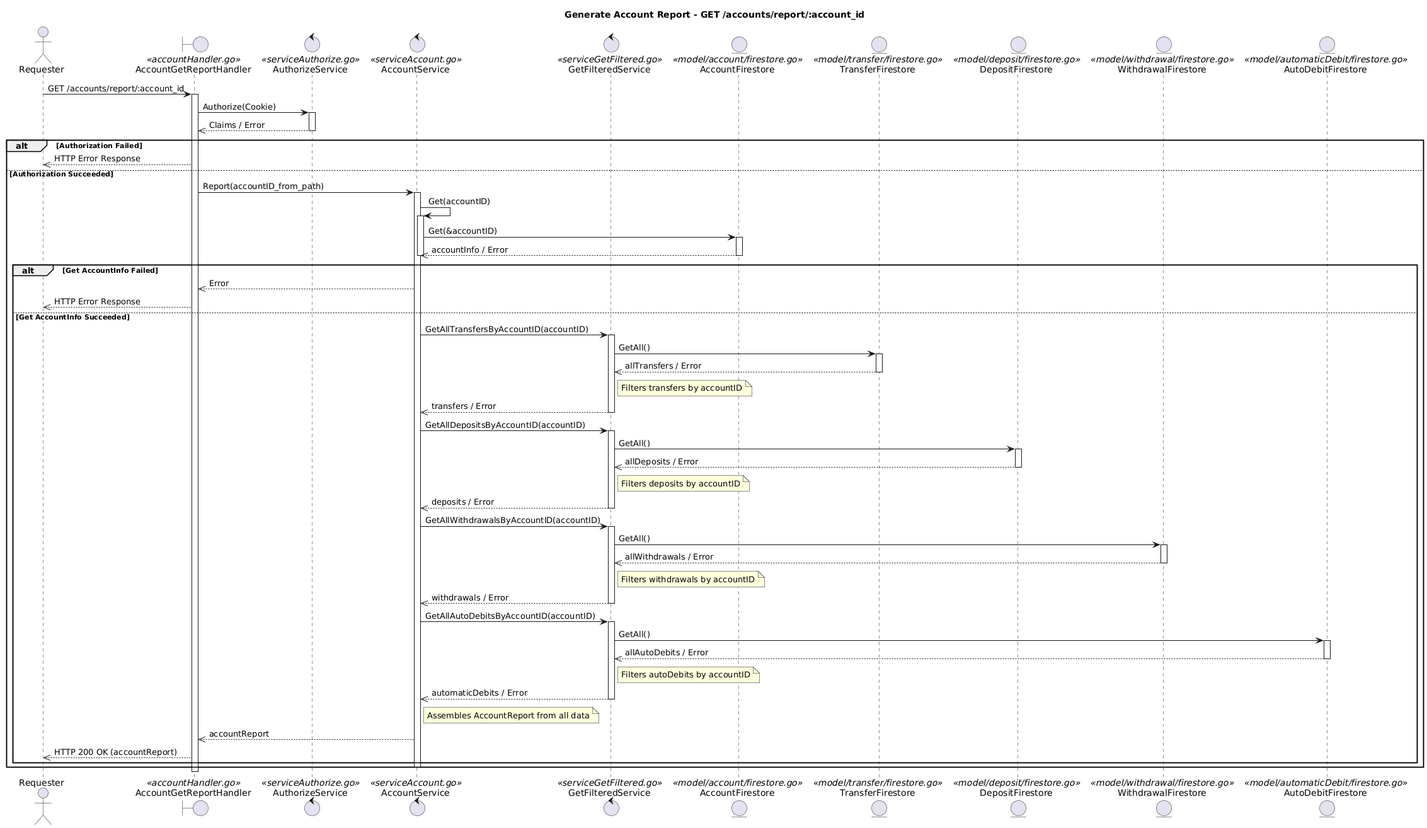
The PlantUML diagram docs/Report/SequenciaReportByAccount.png in JulioKobayashiEbury/BankingAPI, before a commit.
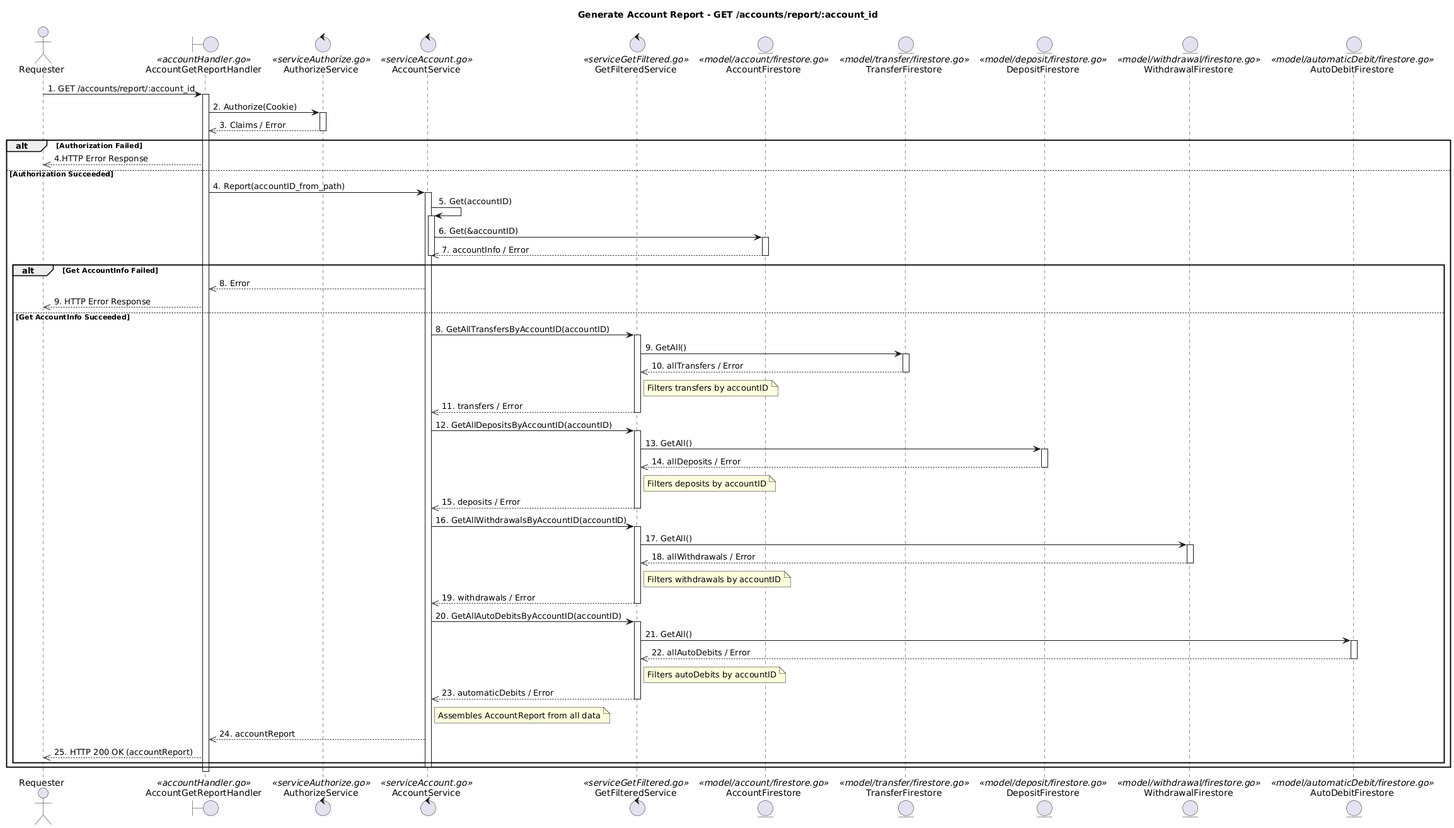
After the change.

What changed in the source:
```diff
@@ -12,76 +12,76 @@
 entity WithdrawalFirestore <<model/withdrawal/firestore.go>>
 entity AutoDebitFirestore <<model/automaticDebit/firestore.go>>
 
-Requester -> AccountGetReportHandler : GET /accounts/report/:account_id
+Requester -> AccountGetReportHandler : 1. GET /accounts/report/:account_id
 activate AccountGetReportHandler
 
-AccountGetReportHandler -> AuthorizeService : Authorize(Cookie)
+AccountGetReportHandler -> AuthorizeService : 2. Authorize(Cookie)
 activate AuthorizeService
-AuthorizeService -->> AccountGetReportHandler : Claims / Error
+AuthorizeService -->> AccountGetReportHandler : 3. Claims / Error
 deactivate AuthorizeService
 
 alt Authorization Failed
-    AccountGetReportHandler -->> Requester : HTTP Error Response
+    AccountGetReportHandler -->> Requester : 4.HTTP Error Response
 else Authorization Succeeded
-    AccountGetReportHandler -> AccountService : Report(accountID_from_path)
+    AccountGetReportHandler -> AccountService : 4. Report(accountID_from_path)
     activate AccountService
 
-    AccountService -> AccountService : Get(accountID)
+    AccountService -> AccountService : 5. Get(accountID)
     activate AccountService
-    AccountService -> AccountFirestore : Get(&accountID)
+    AccountService -> AccountFirestore : 6. Get(&accountID)
     activate AccountFirestore
-    AccountFirestore -->> AccountService : accountInfo / Error
+    AccountFirestore -->> AccountService : 7. accountInfo / Error
     deactivate AccountFirestore
     deactivate AccountService
 
     alt Get AccountInfo Failed
-        AccountService -->> AccountGetReportHandler : Error
-        AccountGetReportHandler -->> Requester : HTTP Error Response
+        AccountService -->> AccountGetReportHandler : 8. Error
+        AccountGetReportHandler -->> Requester : 9. HTTP Error Response
     else Get AccountInfo Succeeded
 
-        AccountService -> GetFilteredService : GetAllTransfersByAccountID(accountID)
+        AccountService -> GetFilteredService : 8. GetAllTransfersByAccountID(accountID)
         activate GetFilteredService
-        GetFilteredService -> TransferFirestore : GetAll()
+        GetFilteredService -> TransferFirestore : 9. GetAll()
         activate TransferFirestore
-        TransferFirestore -->> GetFilteredService : allTransfers / Error
+        TransferFirestore -->> GetFilteredService : 10. allTransfers / Error
         deactivate TransferFirestore
         note right of GetFilteredService : Filters transfers by accountID
-        GetFilteredService -->> AccountService : transfers / Error
+        GetFilteredService -->> AccountService : 11. transfers / Error
         deactivate GetFilteredService
 
-        AccountService -> GetFilteredService : GetAllDepositsByAccountID(accountID)
+        AccountService -> GetFilteredService : 12. GetAllDepositsByAccountID(accountID)
         activate GetFilteredService
-        GetFilteredService -> DepositFirestore : GetAll()
+        GetFilteredService -> DepositFirestore : 13. GetAll()
         activate DepositFirestore
-        DepositFirestore -->> GetFilteredService : allDeposits / Error
+        DepositFirestore -->> GetFilteredService : 14. allDeposits / Error
         deactivate DepositFirestore
         note right of GetFilteredService : Filters deposits by accountID
-        GetFilteredService -->> AccountService : deposits / Error
+        GetFilteredService -->> AccountService : 15. deposits / Error
         deactivate GetFilteredService
 
-        AccountService -> GetFilteredService : GetAllWithdrawalsByAccountID(accountID)
+        AccountService -> GetFilteredService : 16. GetAllWithdrawalsByAccountID(accountID)
         activate GetFilteredService
-        GetFilteredService -> WithdrawalFirestore : GetAll()
+        GetFilteredService -> WithdrawalFirestore : 17. GetAll()
         activate WithdrawalFirestore
-        WithdrawalFirestore -->> GetFilteredService : allWithdrawals / Error
+        WithdrawalFirestore -->> GetFilteredService : 18. allWithdrawals / Error
         deactivate WithdrawalFirestore
         note right of GetFilteredService : Filters withdrawals by accountID
-        GetFilteredService -->> AccountService : withdrawals / Error
+        GetFilteredService -->> AccountService : 19. withdrawals / Error
         deactivate GetFilteredService
 
-        AccountService -> GetFilteredService : GetAllAutoDebitsByAccountID(accountID)
+        AccountService -> GetFilteredService : 20. GetAllAutoDebitsByAccountID(accountID)
         activate GetFilteredService
-        GetFilteredService -> AutoDebitFirestore : GetAll()
+        GetFilteredService -> AutoDebitFirestore : 21. GetAll()
         activate AutoDebitFirestore
-        AutoDebitFirestore -->> GetFilteredService : allAutoDebits / Error
+        AutoDebitFirestore -->> GetFilteredService : 22. allAutoDebits / Error
         deactivate AutoDebitFirestore
         note right of GetFilteredService : Filters autoDebits by accountID
-        GetFilteredService -->> AccountService : automaticDebits / Error
+        GetFilteredService -->> AccountService : 23. automaticDebits / Error
         deactivate GetFilteredService
 
         note right of AccountService : Assembles AccountReport from all data
-        AccountService -->> AccountGetReportHandler : accountReport
-        AccountGetReportHandler -->> Requester : HTTP 200 OK (accountReport)
+        AccountService -->>  AccountGetReportHandler : 24. accountReport
+        AccountGetReportHandler -->> Requester : 25. HTTP 200 OK (accountReport)
 
     end
     deactivate AccountService
```
